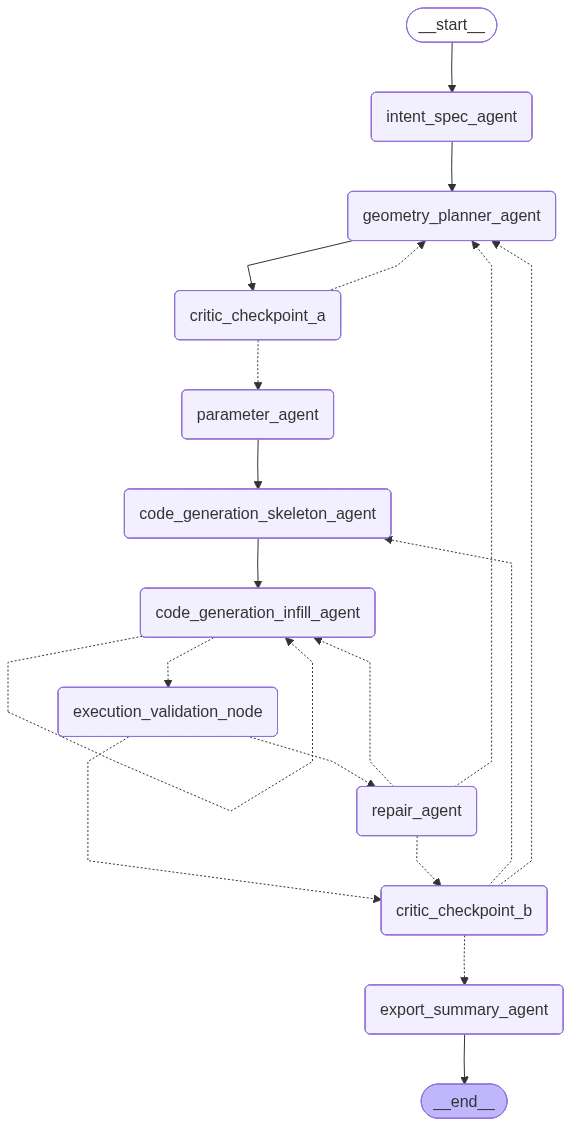
The Mermaid diagram artifacts/pipeline_graph.png in gilfoyle19/cadpilotv3, before a commit. Its source is kept beside it as artifacts/pipeline_graph.mmd.
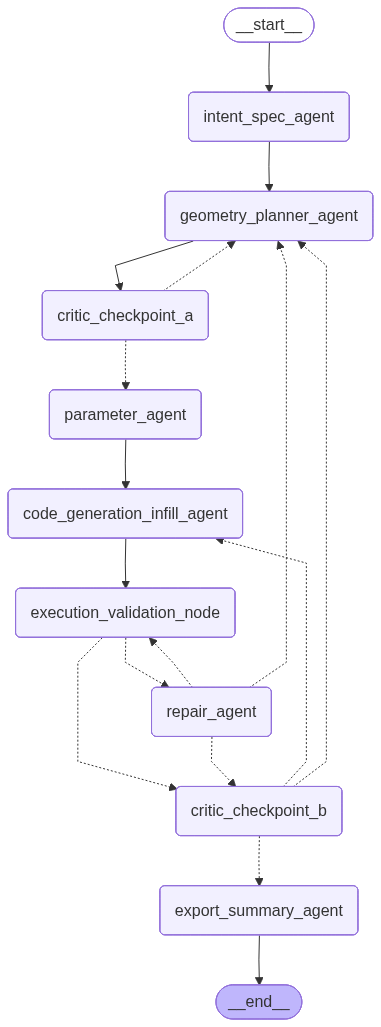
Later version of the same file.

What changed in the source:
```diff
@@ -9,7 +9,6 @@
 	geometry_planner_agent(geometry_planner_agent)
 	critic_checkpoint_a(critic_checkpoint_a)
 	parameter_agent(parameter_agent)
-	code_generation_skeleton_agent(code_generation_skeleton_agent)
 	code_generation_infill_agent(code_generation_infill_agent)
 	execution_validation_node(execution_validation_node)
 	repair_agent(repair_agent)
@@ -17,23 +16,21 @@
 	export_summary_agent(export_summary_agent)
 	__end__([<p>__end__</p>]):::last
 	__start__ --> intent_spec_agent;
-	code_generation_infill_agent -.-> execution_validation_node;
-	code_generation_skeleton_agent --> code_generation_infill_agent;
+	code_generation_infill_agent --> execution_validation_node;
 	critic_checkpoint_a -.-> geometry_planner_agent;
 	critic_checkpoint_a -.-> parameter_agent;
-	critic_checkpoint_b -.-> code_generation_skeleton_agent;
+	critic_checkpoint_b -.-> code_generation_infill_agent;
 	critic_checkpoint_b -.-> export_summary_agent;
 	critic_checkpoint_b -.-> geometry_planner_agent;
 	execution_validation_node -.-> critic_checkpoint_b;
 	execution_validation_node -.-> repair_agent;
 	geometry_planner_agent --> critic_checkpoint_a;
 	intent_spec_agent --> geometry_planner_agent;
-	parameter_agent --> code_generation_skeleton_agent;
-	repair_agent -.-> code_generation_infill_agent;
+	parameter_agent --> code_generation_infill_agent;
 	repair_agent -.-> critic_checkpoint_b;
+	repair_agent -.-> execution_validation_node;
 	repair_agent -.-> geometry_planner_agent;
 	export_summary_agent --> __end__;
-	code_generation_infill_agent -.-> code_generation_infill_agent;
 	classDef default fill:#f2f0ff,line-height:1.2
 	classDef first fill-opacity:0
 	classDef last fill:#bfb6fc
```
